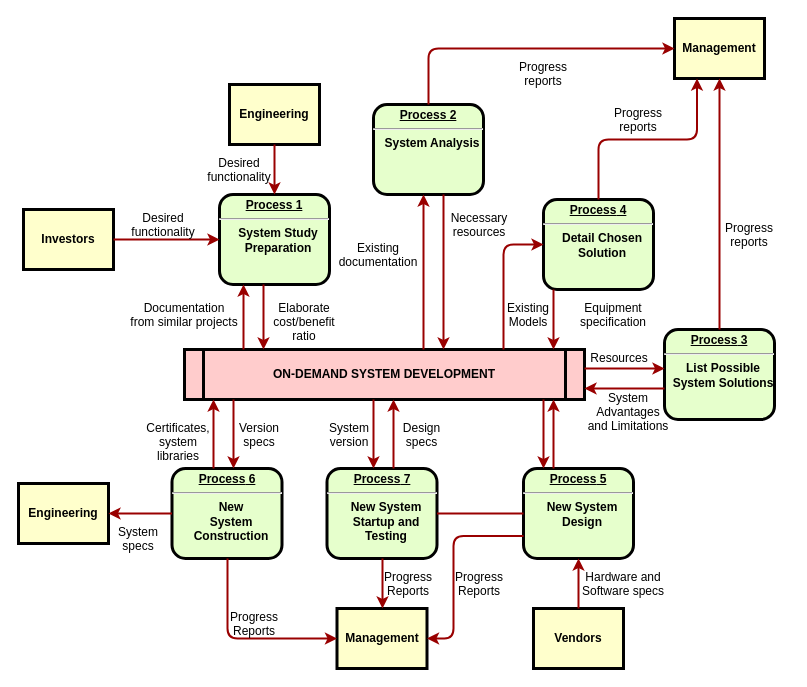
The draw.io diagram Untitled Diagram.drawio in Havasneeze/Adventure1, before the edit. Source tidied: cells renumbered, new cells numbered last; positions are measured from the earlier drawing's top-left corner, leaving out a move shared by most shapes. Both pictures are drawn from the tidied source at 100%, with x=0, y=0 at pixel (18, 18).
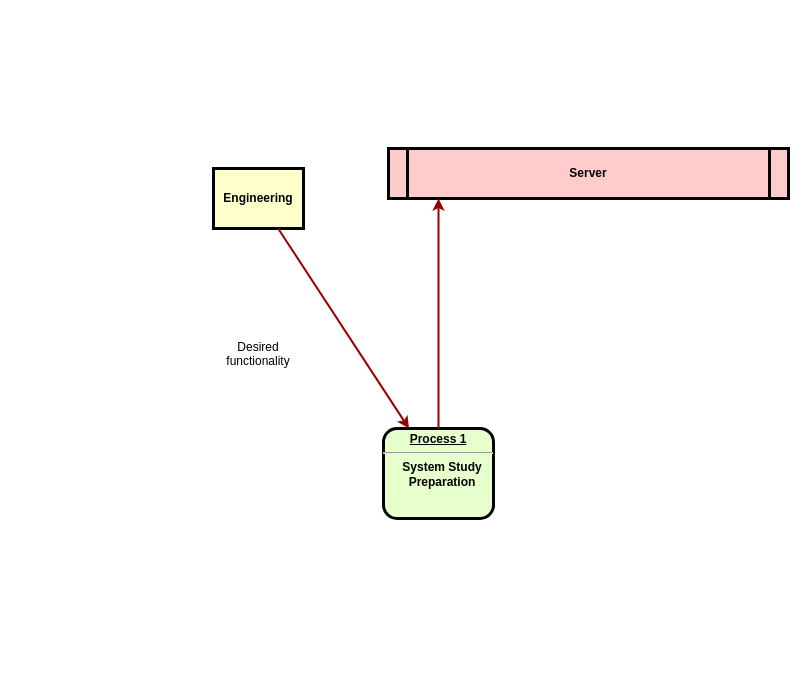
After the change.

What changed in the source:
```diff
@@
     <mxCell id="2" value="&lt;p style=&quot;margin: 0px; margin-top: 4px; text-align: center; text-decoration: underline;&quot;&gt;&lt;strong&gt;Process 1&lt;br /&gt;&lt;/strong&gt;&lt;/p&gt;&lt;hr /&gt;&lt;p style=&quot;margin: 0px; margin-left: 8px;&quot;&gt;System Study&lt;/p&gt;&lt;p style=&quot;margin: 0px; margin-left: 8px;&quot;&gt;Preparation&lt;/p&gt;" style="verticalAlign=middle;align=center;overflow=fill;fontSize=12;fontFamily=Helvetica;html=1;rounded=1;fontStyle=1;strokeWidth=3;fillColor=#E6FFCC;" parent="1" vertex="1">
-      <mxGeometry x="201" y="176" width="110" height="90" as="geometry" />
+      <mxGeometry x="365" y="410" width="110" height="90" as="geometry" />
     </mxCell>
     <mxCell id="3" value="Engineering" style="whiteSpace=wrap;align=center;verticalAlign=middle;fontStyle=1;strokeWidth=3;fillColor=#FFFFCC;" parent="1" vertex="1">
-      <mxGeometry x="211" y="66" width="90" height="60" as="geometry" />
+      <mxGeometry x="195" y="150" width="90" height="60" as="geometry" />
     </mxCell>
-    <mxCell id="4" value="Investors" style="whiteSpace=wrap;align=center;verticalAlign=middle;fontStyle=1;strokeWidth=3;fillColor=#FFFFCC;" parent="1" vertex="1">
-      <mxGeometry x="5" y="191" width="90" height="60" as="geometry" />
-    </mxCell>
-    <mxCell id="5" value="ON-DEMAND SYSTEM DEVELOPMENT" style="shape=process;whiteSpace=wrap;align=center;verticalAlign=middle;size=0.0475;fontStyle=1;strokeWidth=3;fillColor=#FFCCCC;" parent="1" vertex="1">
-      <mxGeometry x="166" y="331" width="400" height="50" as="geometry" />
+    <mxCell id="5" value="Server" style="shape=process;whiteSpace=wrap;align=center;verticalAlign=middle;size=0.0475;fontStyle=1;strokeWidth=3;fillColor=#FFCCCC;" parent="1" vertex="1">
+      <mxGeometry x="370" y="130" width="400" height="50" as="geometry" />
     </mxCell>
-    <mxCell id="6" value="&lt;p style=&quot;margin: 0px; margin-top: 4px; text-align: center; text-decoration: underline;&quot;&gt;&lt;strong&gt;Process 2&lt;br /&gt;&lt;/strong&gt;&lt;/p&gt;&lt;hr /&gt;&lt;p style=&quot;margin: 0px; margin-left: 8px;&quot;&gt;System Analysis&lt;/p&gt;" style="verticalAlign=middle;align=center;overflow=fill;fontSize=12;fontFamily=Helvetica;html=1;rounded=1;fontStyle=1;strokeWidth=3;fillColor=#E6FFCC;" parent="1" vertex="1">
-      <mxGeometry x="355" y="86" width="110" height="90" as="geometry" />
-    </mxCell>
-    <mxCell id="7" value="&lt;p style=&quot;margin: 0px; margin-top: 4px; text-align: center; text-decoration: underline;&quot;&gt;&lt;strong&gt;&lt;strong&gt;Process&lt;/strong&gt; 3&lt;br /&gt;&lt;/strong&gt;&lt;/p&gt;&lt;hr /&gt;&lt;p style=&quot;margin: 0px; margin-left: 8px;&quot;&gt;List Possible&lt;/p&gt;&lt;p style=&quot;margin: 0px; margin-left: 8px;&quot;&gt;System Solutions&lt;/p&gt;" style="verticalAlign=middle;align=center;overflow=fill;fontSize=12;fontFamily=Helvetica;html=1;rounded=1;fontStyle=1;strokeWidth=3;fillColor=#E6FFCC;" parent="1" vertex="1">
-      <mxGeometry x="646" y="311" width="110" height="90" as="geometry" />
-    </mxCell>
-    <mxCell id="8" value="&lt;p style=&quot;margin: 0px; margin-top: 4px; text-align: center; text-decoration: underline;&quot;&gt;&lt;strong&gt;&lt;strong&gt;Process&lt;/strong&gt; 4&lt;br /&gt;&lt;/strong&gt;&lt;/p&gt;&lt;hr /&gt;&lt;p style=&quot;margin: 0px; margin-left: 8px;&quot;&gt;Detail Chosen&lt;/p&gt;&lt;p style=&quot;margin: 0px; margin-left: 8px;&quot;&gt;Solution&lt;/p&gt;" style="verticalAlign=middle;align=center;overflow=fill;fontSize=12;fontFamily=Helvetica;html=1;rounded=1;fontStyle=1;strokeWidth=3;fillColor=#E6FFCC;" parent="1" vertex="1">
-      <mxGeometry x="525" y="181" width="110" height="90" as="geometry" />
-    </mxCell>
-    <mxCell id="9" value="&lt;p style=&quot;margin: 0px; margin-top: 4px; text-align: center; text-decoration: underline;&quot;&gt;&lt;strong&gt;&lt;strong&gt;Process&lt;/strong&gt; 5&lt;br /&gt;&lt;/strong&gt;&lt;/p&gt;&lt;hr /&gt;&lt;p style=&quot;margin: 0px; margin-left: 8px;&quot;&gt;New System&lt;/p&gt;&lt;p style=&quot;margin: 0px; margin-left: 8px;&quot;&gt;Design&lt;/p&gt;" style="verticalAlign=middle;align=center;overflow=fill;fontSize=12;fontFamily=Helvetica;html=1;rounded=1;fontStyle=1;strokeWidth=3;fillColor=#E6FFCC;" parent="1" vertex="1">
-      <mxGeometry x="505" y="450" width="110" height="90" as="geometry" />
-    </mxCell>
-    <mxCell id="10" value="&lt;p style=&quot;margin: 0px; margin-top: 4px; text-align: center; text-decoration: underline;&quot;&gt;&lt;strong&gt;&lt;strong&gt;Process&lt;/strong&gt; 6&lt;br /&gt;&lt;/strong&gt;&lt;/p&gt;&lt;hr /&gt;&lt;p style=&quot;margin: 0px; margin-left: 8px;&quot;&gt;New&lt;/p&gt;&lt;p style=&quot;margin: 0px; margin-left: 8px;&quot;&gt;System&lt;/p&gt;&lt;p style=&quot;margin: 0px; margin-left: 8px;&quot;&gt;Construction&lt;/p&gt;" style="verticalAlign=middle;align=center;overflow=fill;fontSize=12;fontFamily=Helvetica;html=1;rounded=1;fontStyle=1;strokeWidth=3;fillColor=#E6FFCC;" parent="1" vertex="1">
-      <mxGeometry x="153.5" y="450" width="110" height="90" as="geometry" />
-    </mxCell>
-    <mxCell id="11" value="Management" style="whiteSpace=wrap;align=center;verticalAlign=middle;fontStyle=1;strokeWidth=3;fillColor=#FFFFCC;" parent="1" vertex="1">
-      <mxGeometry x="656" width="90" height="60" as="geometry" />
-    </mxCell>
-    <mxCell id="12" value="Management" style="whiteSpace=wrap;align=center;verticalAlign=middle;fontStyle=1;strokeWidth=3;fillColor=#FFFFCC;" parent="1" vertex="1">
-      <mxGeometry x="318.5" y="590" width="90" height="60" as="geometry" />
-    </mxCell>
-    <mxCell id="13" value="Engineering" style="whiteSpace=wrap;align=center;verticalAlign=middle;fontStyle=1;strokeWidth=3;fillColor=#FFFFCC;" parent="1" vertex="1">
-      <mxGeometry y="465" width="90" height="60" as="geometry" />
-    </mxCell>
-    <mxCell id="14" value="Vendors" style="whiteSpace=wrap;align=center;verticalAlign=middle;fontStyle=1;strokeWidth=3;fillColor=#FFFFCC;" parent="1" vertex="1">
-      <mxGeometry x="515" y="590" width="90" height="60" as="geometry" />
-    </mxCell>
@@
-    <mxCell id="16" style="edgeStyle=none;noEdgeStyle=1;strokeColor=#990000;strokeWidth=2;" parent="1" edge="1" source="4" target="2">
-      <mxGeometry relative="1" as="geometry" />
-    </mxCell>
-    <mxCell id="17" value="&lt;p style=&quot;margin: 0px; margin-top: 4px; text-align: center; text-decoration: underline;&quot;&gt;&lt;strong&gt;&lt;strong&gt;Process&lt;/strong&gt; 7&lt;br /&gt;&lt;/strong&gt;&lt;/p&gt;&lt;hr /&gt;&lt;p style=&quot;margin: 0px; margin-left: 8px;&quot;&gt;New System&lt;/p&gt;&lt;p style=&quot;margin: 0px; margin-left: 8px;&quot;&gt;Startup and&lt;/p&gt;&lt;p style=&quot;margin: 0px; margin-left: 8px;&quot;&gt;Testing&lt;/p&gt;" style="verticalAlign=middle;align=center;overflow=fill;fontSize=12;fontFamily=Helvetica;html=1;rounded=1;fontStyle=1;strokeWidth=3;fillColor=#E6FFCC;" parent="1" vertex="1">
-      <mxGeometry x="308.5" y="450" width="110" height="90" as="geometry" />
-    </mxCell>
-    <mxCell id="18" style="endArrow=none;noEdgeStyle=1;strokeColor=#990000;strokeWidth=2;" parent="1" edge="1" source="9" target="17">
-      <mxGeometry relative="1" as="geometry" />
-    </mxCell>
     <mxCell id="19" value="Desired &#10;functionality" style="text;spacingTop=-5;align=center;" parent="1" vertex="1">
-      <mxGeometry x="130" y="191" width="30" height="20" as="geometry" />
+      <mxGeometry x="225" y="320" width="30" height="20" as="geometry" />
     </mxCell>
-    <mxCell id="20" value="Desired &#10;functionality" style="text;spacingTop=-5;align=center;" parent="1" vertex="1">
-      <mxGeometry x="206" y="136" width="30" height="20" as="geometry" />
-    </mxCell>
-    <mxCell id="21" value="Documentation&#10;from similar projects" style="text;spacingTop=-5;align=center;" parent="1" vertex="1">
-      <mxGeometry x="151" y="281" width="30" height="20" as="geometry" />
-    </mxCell>
-    <mxCell id="22" style="edgeStyle=elbowEdgeStyle;elbow=horizontal;strokeColor=#990000;strokeWidth=2;" parent="1" edge="1" source="5" target="2">
-      <mxGeometry relative="1" as="geometry">
-        <Array as="points">
-          <mxPoint x="225" y="310" />
-        </Array>
-      </mxGeometry>
-    </mxCell>
     <mxCell id="23" style="edgeStyle=elbowEdgeStyle;elbow=horizontal;strokeColor=#990000;strokeWidth=2;" parent="1" edge="1" source="2" target="5">
       <mxGeometry relative="1" as="geometry">
         <Array as="points">
-          <mxPoint x="245" y="300" />
+          <mxPoint x="425" y="490" />
         </Array>
       </mxGeometry>
     </mxCell>
-    <mxCell id="24" value="Elaborate&#10;cost/benefit&#10;ratio" style="text;spacingTop=-5;align=center;" parent="1" vertex="1">
-      <mxGeometry x="271" y="281" width="30" height="20" as="geometry" />
-    </mxCell>
-    <mxCell id="25" style="edgeStyle=elbowEdgeStyle;elbow=horizontal;strokeColor=#990000;strokeWidth=2;" parent="1" edge="1" source="5" target="6">
-      <mxGeometry relative="1" as="geometry">
-        <Array as="points">
-          <mxPoint x="405" y="250" />
-        </Array>
-      </mxGeometry>
-    </mxCell>
-    <mxCell id="26" style="edgeStyle=elbowEdgeStyle;elbow=horizontal;strokeColor=#990000;strokeWidth=2;" parent="1" edge="1" source="6" target="5">
-      <mxGeometry relative="1" as="geometry">
-        <Array as="points">
-          <mxPoint x="425" y="260" />
-        </Array>
-      </mxGeometry>
-    </mxCell>
-    <mxCell id="27" value="Existing&#10;documentation" style="text;spacingTop=-5;align=center;" parent="1" vertex="1">
-      <mxGeometry x="345" y="221" width="30" height="20" as="geometry" />
-    </mxCell>
-    <mxCell id="28" value="Necessary&#10;resources" style="text;spacingTop=-5;align=center;" parent="1" vertex="1">
-      <mxGeometry x="446" y="191" width="30" height="20" as="geometry" />
-    </mxCell>
-    <mxCell id="29" value="Progress&#10;reports" style="text;spacingTop=-5;align=center;" parent="1" vertex="1">
-      <mxGeometry x="510" y="40" width="30" height="20" as="geometry" />
-    </mxCell>
-    <mxCell id="30" value="Progress&#10;reports" style="text;spacingTop=-5;align=center;" parent="1" vertex="1">
-      <mxGeometry x="605" y="86" width="30" height="20" as="geometry" />
-    </mxCell>
-    <mxCell id="31" value="Progress&#10;reports" style="text;spacingTop=-5;align=center;" parent="1" vertex="1">
-      <mxGeometry x="716" y="201" width="30" height="20" as="geometry" />
-    </mxCell>
-    <mxCell id="32" style="edgeStyle=elbowEdgeStyle;elbow=horizontal;strokeColor=#990000;strokeWidth=2;" parent="1" edge="1" source="6" target="11">
-      <mxGeometry relative="1" as="geometry">
-        <Array as="points">
-          <mxPoint x="410" y="80" />
-        </Array>
-      </mxGeometry>
-    </mxCell>
-    <mxCell id="33" style="edgeStyle=elbowEdgeStyle;elbow=vertical;entryX=0.25;entryY=1;strokeColor=#990000;strokeWidth=2;" parent="1" edge="1" source="8" target="11">
-      <mxGeometry relative="1" as="geometry" />
-    </mxCell>
-    <mxCell id="34" style="edgeStyle=elbowEdgeStyle;elbow=horizontal;strokeColor=#990000;strokeWidth=2;" parent="1" edge="1" source="7" target="11">
-      <mxGeometry relative="1" as="geometry" />
-    </mxCell>
-    <mxCell id="35" style="edgeStyle=elbowEdgeStyle;elbow=horizontal;strokeColor=#990000;strokeWidth=2;" parent="1" edge="1" source="8" target="5">
-      <mxGeometry relative="1" as="geometry">
-        <Array as="points">
-          <mxPoint x="535" y="300" />
-        </Array>
-      </mxGeometry>
-    </mxCell>
-    <mxCell id="36" style="edgeStyle=segmentEdgeStyle;strokeColor=#990000;strokeWidth=2;" parent="1" edge="1" source="5" target="8">
-      <mxGeometry relative="1" as="geometry">
-        <Array as="points">
-          <mxPoint x="485" y="226" />
-        </Array>
-      </mxGeometry>
-    </mxCell>
-    <mxCell id="37" value="Existing&#10;Models" style="text;spacingTop=-5;align=center;" parent="1" vertex="1">
-      <mxGeometry x="495" y="281" width="30" height="20" as="geometry" />
-    </mxCell>
-    <mxCell id="38" value="Equipment&#10;specification" style="text;spacingTop=-5;align=center;" parent="1" vertex="1">
-      <mxGeometry x="580" y="281" width="30" height="20" as="geometry" />
-    </mxCell>
-    <mxCell id="39" style="edgeStyle=elbowEdgeStyle;elbow=vertical;strokeColor=#990000;strokeWidth=2;" parent="1" edge="1" source="5" target="7">
-      <mxGeometry relative="1" as="geometry">
-        <Array as="points">
-          <mxPoint x="615" y="350" />
-        </Array>
-      </mxGeometry>
-    </mxCell>
-    <mxCell id="40" style="edgeStyle=elbowEdgeStyle;elbow=vertical;strokeColor=#990000;strokeWidth=2;" parent="1" edge="1" source="7" target="5">
-      <mxGeometry relative="1" as="geometry">
-        <Array as="points">
-          <mxPoint x="615" y="370" />
-        </Array>
-      </mxGeometry>
-    </mxCell>
-    <mxCell id="41" value="Resources" style="text;spacingTop=-5;align=center;" parent="1" vertex="1">
-      <mxGeometry x="586" y="331" width="30" height="20" as="geometry" />
-    </mxCell>
-    <mxCell id="42" value="System &#10;Advantages &#10;and Limitations" style="text;spacingTop=-5;align=center;" parent="1" vertex="1">
-      <mxGeometry x="595" y="371" width="30" height="20" as="geometry" />
-    </mxCell>
-    <mxCell id="43" style="edgeStyle=elbowEdgeStyle;elbow=horizontal;strokeColor=#990000;strokeWidth=2;" parent="1" edge="1" source="9" target="5">
-      <mxGeometry relative="1" as="geometry">
-        <Array as="points">
-          <mxPoint x="535" y="410" />
-        </Array>
-      </mxGeometry>
-    </mxCell>
-    <mxCell id="44" style="edgeStyle=elbowEdgeStyle;elbow=horizontal;strokeColor=#990000;strokeWidth=2;" parent="1" edge="1" source="5" target="9">
-      <mxGeometry relative="1" as="geometry">
-        <Array as="points">
-          <mxPoint x="525" y="420" />
-        </Array>
-      </mxGeometry>
-    </mxCell>
-    <mxCell id="45" style="edgeStyle=elbowEdgeStyle;elbow=horizontal;strokeColor=#990000;strokeWidth=2;" parent="1" edge="1" source="14" target="9">
-      <mxGeometry relative="1" as="geometry" />
-    </mxCell>
-    <mxCell id="46" value="Hardware and&#10;Software specs" style="text;spacingTop=-5;align=center;" parent="1" vertex="1">
-      <mxGeometry x="590" y="550" width="30" height="20" as="geometry" />
-    </mxCell>
-    <mxCell id="47" style="edgeStyle=elbowEdgeStyle;elbow=horizontal;exitX=0;exitY=0.75;strokeColor=#990000;strokeWidth=2;" parent="1" edge="1" source="9" target="12">
-      <mxGeometry relative="1" as="geometry">
-        <Array as="points">
-          <mxPoint x="435" y="570" />
-        </Array>
-      </mxGeometry>
-    </mxCell>
-    <mxCell id="48" value="Progress&#10;Reports" style="text;spacingTop=-5;align=center;" parent="1" vertex="1">
-      <mxGeometry x="446" y="550" width="30" height="20" as="geometry" />
-    </mxCell>
-    <mxCell id="49" style="edgeStyle=elbowEdgeStyle;elbow=horizontal;strokeColor=#990000;strokeWidth=2;" parent="1" edge="1" source="17" target="12">
-      <mxGeometry relative="1" as="geometry" />
-    </mxCell>
-    <mxCell id="50" value="Progress&#10;Reports" style="text;spacingTop=-5;align=center;" parent="1" vertex="1">
-      <mxGeometry x="375" y="550" width="30" height="20" as="geometry" />
-    </mxCell>
-    <mxCell id="51" style="edgeStyle=elbowEdgeStyle;elbow=horizontal;strokeColor=#990000;strokeWidth=2;" parent="1" edge="1" source="10" target="12">
-      <mxGeometry relative="1" as="geometry">
-        <Array as="points">
-          <mxPoint x="209" y="570" />
-        </Array>
-      </mxGeometry>
-    </mxCell>
-    <mxCell id="52" value="Progress&#10;Reports" style="text;spacingTop=-5;align=center;" parent="1" vertex="1">
-      <mxGeometry x="221" y="590" width="30" height="20" as="geometry" />
-    </mxCell>
-    <mxCell id="53" style="edgeStyle=elbowEdgeStyle;elbow=vertical;strokeColor=#990000;strokeWidth=2;" parent="1" edge="1" source="10" target="13">
-      <mxGeometry relative="1" as="geometry" />
-    </mxCell>
-    <mxCell id="54" style="edgeStyle=elbowEdgeStyle;elbow=horizontal;strokeColor=#990000;strokeWidth=2;" parent="1" edge="1" source="5" target="17">
-      <mxGeometry relative="1" as="geometry">
-        <Array as="points">
-          <mxPoint x="355" y="410" />
-        </Array>
-      </mxGeometry>
-    </mxCell>
-    <mxCell id="55" style="edgeStyle=elbowEdgeStyle;elbow=horizontal;strokeColor=#990000;strokeWidth=2;" parent="1" edge="1" source="17" target="5">
-      <mxGeometry relative="1" as="geometry">
-        <Array as="points">
-          <mxPoint x="375" y="410" />
-        </Array>
-      </mxGeometry>
-    </mxCell>
-    <mxCell id="56" value="Version&#10;specs" style="text;spacingTop=-5;align=center;" parent="1" vertex="1">
-      <mxGeometry x="226" y="401" width="30" height="20" as="geometry" />
-    </mxCell>
-    <mxCell id="57" value="Certificates,&#10;system&#10;libraries" style="text;spacingTop=-5;align=center;" parent="1" vertex="1">
-      <mxGeometry x="145" y="401" width="30" height="20" as="geometry" />
-    </mxCell>
-    <mxCell id="58" style="edgeStyle=elbowEdgeStyle;elbow=horizontal;strokeColor=#990000;strokeWidth=2;" parent="1" edge="1" source="5" target="10">
-      <mxGeometry relative="1" as="geometry">
-        <Array as="points">
-          <mxPoint x="215" y="410" />
-        </Array>
-      </mxGeometry>
-    </mxCell>
-    <mxCell id="59" style="edgeStyle=elbowEdgeStyle;elbow=horizontal;strokeColor=#990000;strokeWidth=2;" parent="1" edge="1" source="10" target="5">
-      <mxGeometry relative="1" as="geometry">
-        <Array as="points">
-          <mxPoint x="195" y="410" />
-        </Array>
-      </mxGeometry>
-    </mxCell>
-    <mxCell id="60" value="System&#10;specs" style="text;spacingTop=-5;align=center;" parent="1" vertex="1">
-      <mxGeometry x="105" y="505" width="30" height="20" as="geometry" />
-    </mxCell>
-    <mxCell id="61" value="Design&#10;specs" style="text;spacingTop=-5;align=center;" parent="1" vertex="1">
-      <mxGeometry x="388.5" y="401" width="30" height="20" as="geometry" />
-    </mxCell>
-    <mxCell id="62" value="System&#10;version" style="text;spacingTop=-5;align=center;" parent="1" vertex="1">
-      <mxGeometry x="316" y="401" width="30" height="20" as="geometry" />
-    </mxCell>
```
